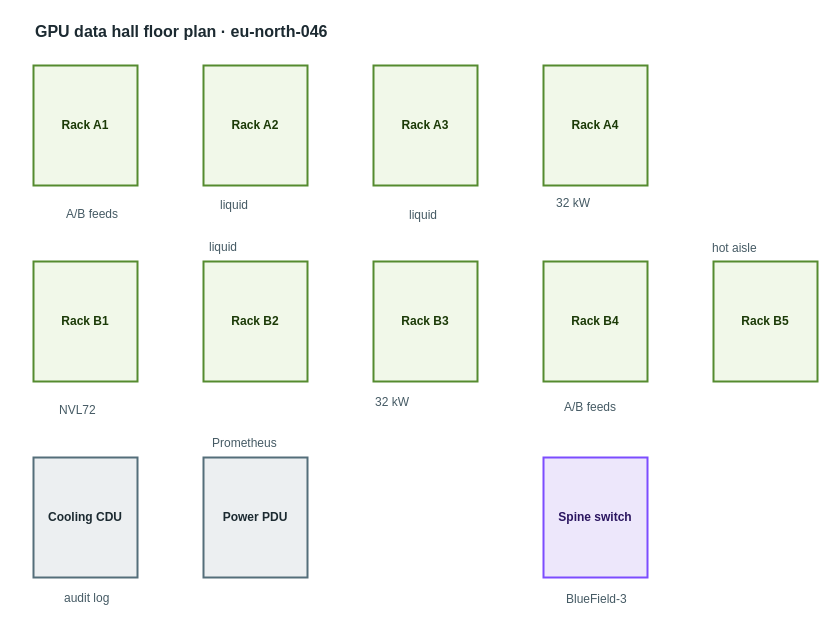
AryanG01/open-apprentice keeps this draw.io diagram as apps/web/public/samples/library/046-gpu-data-hall-floor-plan.drawio. Above is the earlier version. Source tidied: cells renumbered, new cells numbered last; positions are measured from the earlier drawing's top-left corner, leaving out a move shared by most shapes. Both pictures are drawn from the tidied source at 100%, with x=0, y=0 at pixel (33, 17).
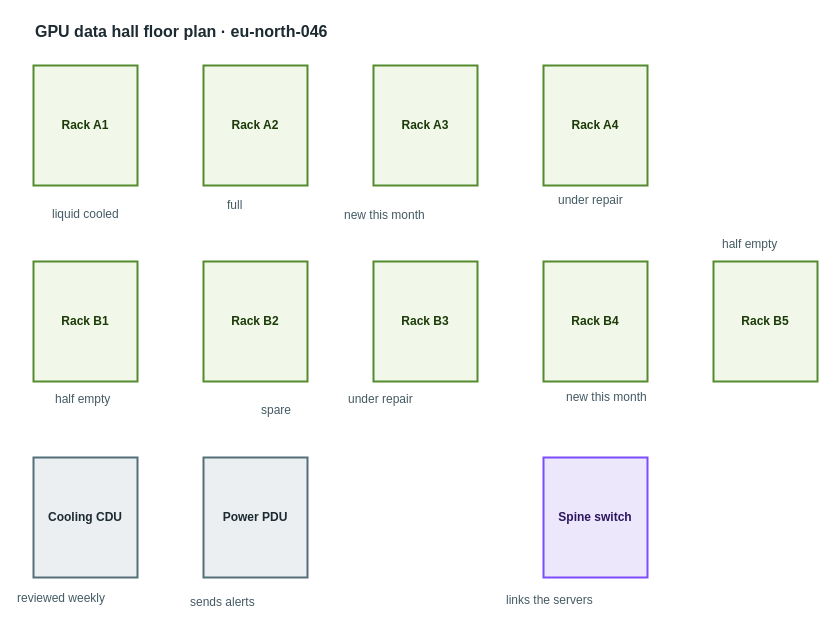
The same page after the edit.

Change to the diagram source:
```diff
@@
-    <mxCell id="15" value="A/B feeds" style="text;html=1;align=left;verticalAlign=top;whiteSpace=nowrap;spacing=0;spacingTop=0;strokeColor=none;fillColor=none;fontSize=12;fontColor=#455a64;" parent="1" vertex="1">
-      <mxGeometry x="33" y="185" width="75" height="20" as="geometry" />
+    <mxCell id="15" value="liquid cooled" style="text;html=1;align=left;verticalAlign=top;whiteSpace=nowrap;spacing=0;spacingTop=0;strokeColor=none;fillColor=none;fontSize=12;fontColor=#455a64;" parent="1" vertex="1">
+      <mxGeometry x="19" y="185" width="103" height="20" as="geometry" />
     </mxCell>
-    <mxCell id="16" value="liquid" style="text;html=1;align=left;verticalAlign=top;whiteSpace=nowrap;spacing=0;spacingTop=0;strokeColor=none;fillColor=none;fontSize=12;fontColor=#455a64;" parent="1" vertex="1">
-      <mxGeometry x="187" y="176" width="54" height="20" as="geometry" />
+    <mxCell id="16" value="full" style="text;html=1;align=left;verticalAlign=top;whiteSpace=nowrap;spacing=0;spacingTop=0;strokeColor=none;fillColor=none;fontSize=12;fontColor=#455a64;" parent="1" vertex="1">
+      <mxGeometry x="194" y="176" width="40" height="20" as="geometry" />
     </mxCell>
-    <mxCell id="17" value="liquid" style="text;html=1;align=left;verticalAlign=top;whiteSpace=nowrap;spacing=0;spacingTop=0;strokeColor=none;fillColor=none;fontSize=12;fontColor=#455a64;" parent="1" vertex="1">
-      <mxGeometry x="376" y="186" width="54" height="20" as="geometry" />
+    <mxCell id="17" value="new this month" style="text;html=1;align=left;verticalAlign=top;whiteSpace=nowrap;spacing=0;spacingTop=0;strokeColor=none;fillColor=none;fontSize=12;fontColor=#455a64;" parent="1" vertex="1">
+      <mxGeometry x="311" y="186" width="110" height="20" as="geometry" />
     </mxCell>
-    <mxCell id="18" value="32 kW" style="text;html=1;align=left;verticalAlign=top;whiteSpace=nowrap;spacing=0;spacingTop=0;strokeColor=none;fillColor=none;fontSize=12;fontColor=#455a64;" parent="1" vertex="1">
-      <mxGeometry x="523" y="174" width="47" height="20" as="geometry" />
+    <mxCell id="18" value="under repair" style="text;html=1;align=left;verticalAlign=top;whiteSpace=nowrap;spacing=0;spacingTop=0;strokeColor=none;fillColor=none;fontSize=12;fontColor=#455a64;" parent="1" vertex="1">
+      <mxGeometry x="525" y="171" width="96" height="20" as="geometry" />
     </mxCell>
-    <mxCell id="19" value="NVL72" style="text;html=1;align=left;verticalAlign=top;whiteSpace=nowrap;spacing=0;spacingTop=0;strokeColor=none;fillColor=none;fontSize=12;fontColor=#455a64;" parent="1" vertex="1">
-      <mxGeometry x="26" y="381" width="47" height="20" as="geometry" />
+    <mxCell id="19" value="half empty" style="text;html=1;align=left;verticalAlign=top;whiteSpace=nowrap;spacing=0;spacingTop=0;strokeColor=none;fillColor=none;fontSize=12;fontColor=#455a64;" parent="1" vertex="1">
+      <mxGeometry x="22" y="370" width="82" height="20" as="geometry" />
     </mxCell>
-    <mxCell id="20" value="liquid" style="text;html=1;align=left;verticalAlign=top;whiteSpace=nowrap;spacing=0;spacingTop=0;strokeColor=none;fillColor=none;fontSize=12;fontColor=#455a64;" parent="1" vertex="1">
-      <mxGeometry x="176" y="218" width="54" height="20" as="geometry" />
+    <mxCell id="20" value="spare" style="text;html=1;align=left;verticalAlign=top;whiteSpace=nowrap;spacing=0;spacingTop=0;strokeColor=none;fillColor=none;fontSize=12;fontColor=#455a64;" parent="1" vertex="1">
+      <mxGeometry x="228" y="381" width="47" height="20" as="geometry" />
     </mxCell>
-    <mxCell id="21" value="32 kW" style="text;html=1;align=left;verticalAlign=top;whiteSpace=nowrap;spacing=0;spacingTop=0;strokeColor=none;fillColor=none;fontSize=12;fontColor=#455a64;" parent="1" vertex="1">
-      <mxGeometry x="342" y="373" width="47" height="20" as="geometry" />
+    <mxCell id="21" value="under repair" style="text;html=1;align=left;verticalAlign=top;whiteSpace=nowrap;spacing=0;spacingTop=0;strokeColor=none;fillColor=none;fontSize=12;fontColor=#455a64;" parent="1" vertex="1">
+      <mxGeometry x="315" y="370" width="96" height="20" as="geometry" />
     </mxCell>
-    <mxCell id="22" value="A/B feeds" style="text;html=1;align=left;verticalAlign=top;whiteSpace=nowrap;spacing=0;spacingTop=0;strokeColor=none;fillColor=none;fontSize=12;fontColor=#455a64;" parent="1" vertex="1">
-      <mxGeometry x="531" y="378" width="75" height="20" as="geometry" />
+    <mxCell id="22" value="new this month" style="text;html=1;align=left;verticalAlign=top;whiteSpace=nowrap;spacing=0;spacingTop=0;strokeColor=none;fillColor=none;fontSize=12;fontColor=#455a64;" parent="1" vertex="1">
+      <mxGeometry x="533" y="368" width="110" height="20" as="geometry" />
     </mxCell>
-    <mxCell id="23" value="hot aisle" style="text;html=1;align=left;verticalAlign=top;whiteSpace=nowrap;spacing=0;spacingTop=0;strokeColor=none;fillColor=none;fontSize=12;fontColor=#455a64;" parent="1" vertex="1">
-      <mxGeometry x="679" y="219" width="75" height="20" as="geometry" />
+    <mxCell id="23" value="half empty" style="text;html=1;align=left;verticalAlign=top;whiteSpace=nowrap;spacing=0;spacingTop=0;strokeColor=none;fillColor=none;fontSize=12;fontColor=#455a64;" parent="1" vertex="1">
+      <mxGeometry x="689" y="215" width="82" height="20" as="geometry" />
     </mxCell>
-    <mxCell id="24" value="audit log" style="text;html=1;align=left;verticalAlign=top;whiteSpace=nowrap;spacing=0;spacingTop=0;strokeColor=none;fillColor=none;fontSize=12;fontColor=#455a64;" parent="1" vertex="1">
-      <mxGeometry x="31" y="569" width="75" height="20" as="geometry" />
+    <mxCell id="24" value="reviewed weekly" style="text;html=1;align=left;verticalAlign=top;whiteSpace=nowrap;spacing=0;spacingTop=0;strokeColor=none;fillColor=none;fontSize=12;fontColor=#455a64;" parent="1" vertex="1">
+      <mxGeometry x="-16" y="569" width="117" height="20" as="geometry" />
     </mxCell>
-    <mxCell id="25" value="Prometheus" style="text;html=1;align=left;verticalAlign=top;whiteSpace=nowrap;spacing=0;spacingTop=0;strokeColor=none;fillColor=none;fontSize=12;fontColor=#455a64;" parent="1" vertex="1">
-      <mxGeometry x="179" y="414" width="82" height="20" as="geometry" />
+    <mxCell id="25" value="sends alerts" style="text;html=1;align=left;verticalAlign=top;whiteSpace=nowrap;spacing=0;spacingTop=0;strokeColor=none;fillColor=none;fontSize=12;fontColor=#455a64;" parent="1" vertex="1">
+      <mxGeometry x="157" y="573" width="96" height="20" as="geometry" />
     </mxCell>
-    <mxCell id="26" value="BlueField-3" style="text;html=1;align=left;verticalAlign=top;whiteSpace=nowrap;spacing=0;spacingTop=0;strokeColor=none;fillColor=none;fontSize=12;fontColor=#455a64;" parent="1" vertex="1">
-      <mxGeometry x="533" y="570" width="89" height="20" as="geometry" />
+    <mxCell id="26" value="links the servers" style="text;html=1;align=left;verticalAlign=top;whiteSpace=nowrap;spacing=0;spacingTop=0;strokeColor=none;fillColor=none;fontSize=12;fontColor=#455a64;" parent="1" vertex="1">
+      <mxGeometry x="473" y="571" width="131" height="20" as="geometry" />
     </mxCell>
```
